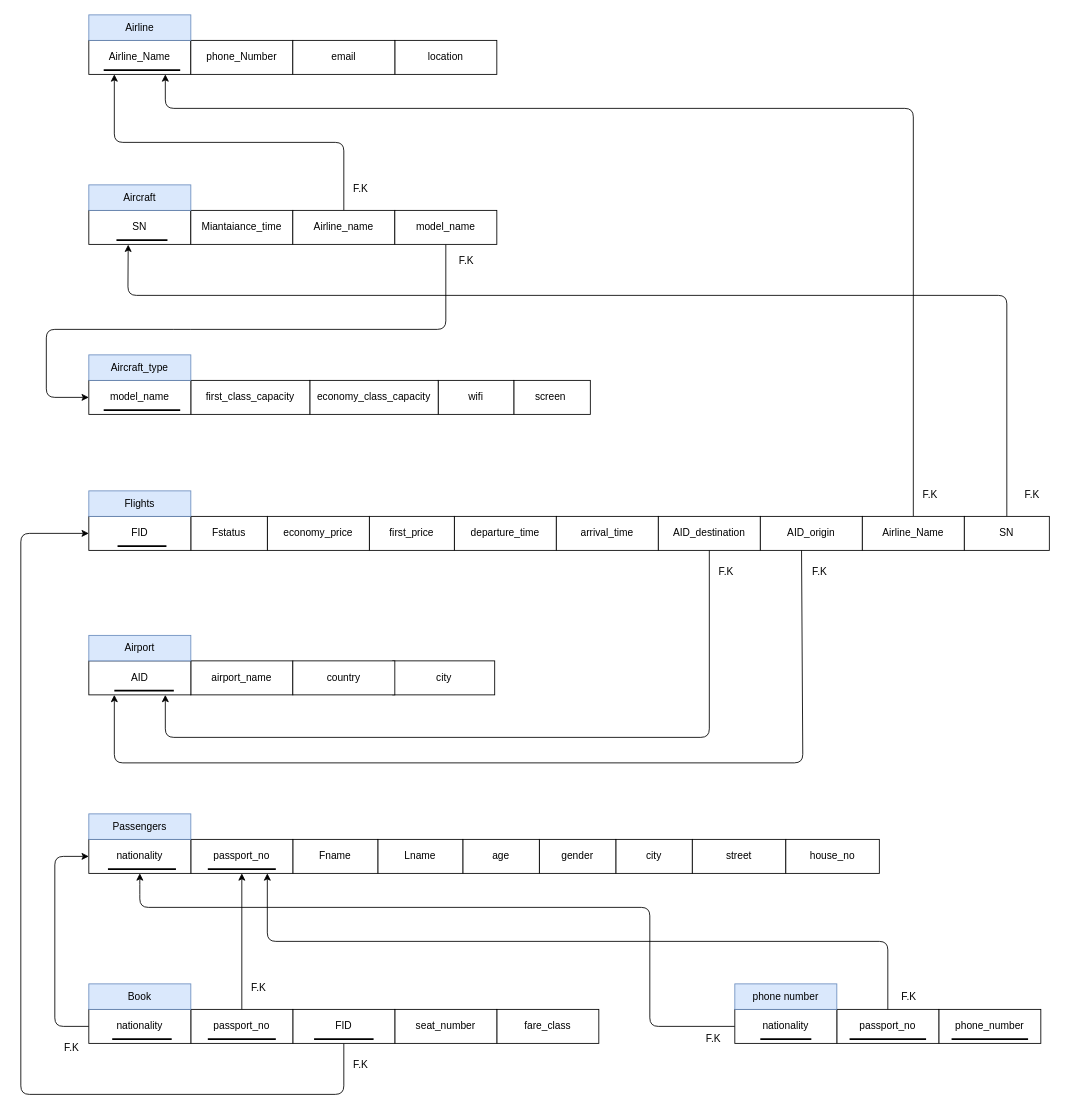
Before: page "Relational-shcema" (2 of 15) of Airport-DBMS.drawio in AbdullahKhkmba/Airport-DBMS, a draw.io diagram. Source tidied: cells renumbered, new cells numbered last; positions are measured from the earlier drawing's top-left corner, leaving out a move shared by most shapes. Both pictures are drawn from the tidied source at 85%, with x=0, y=0 at pixel (20, 14).
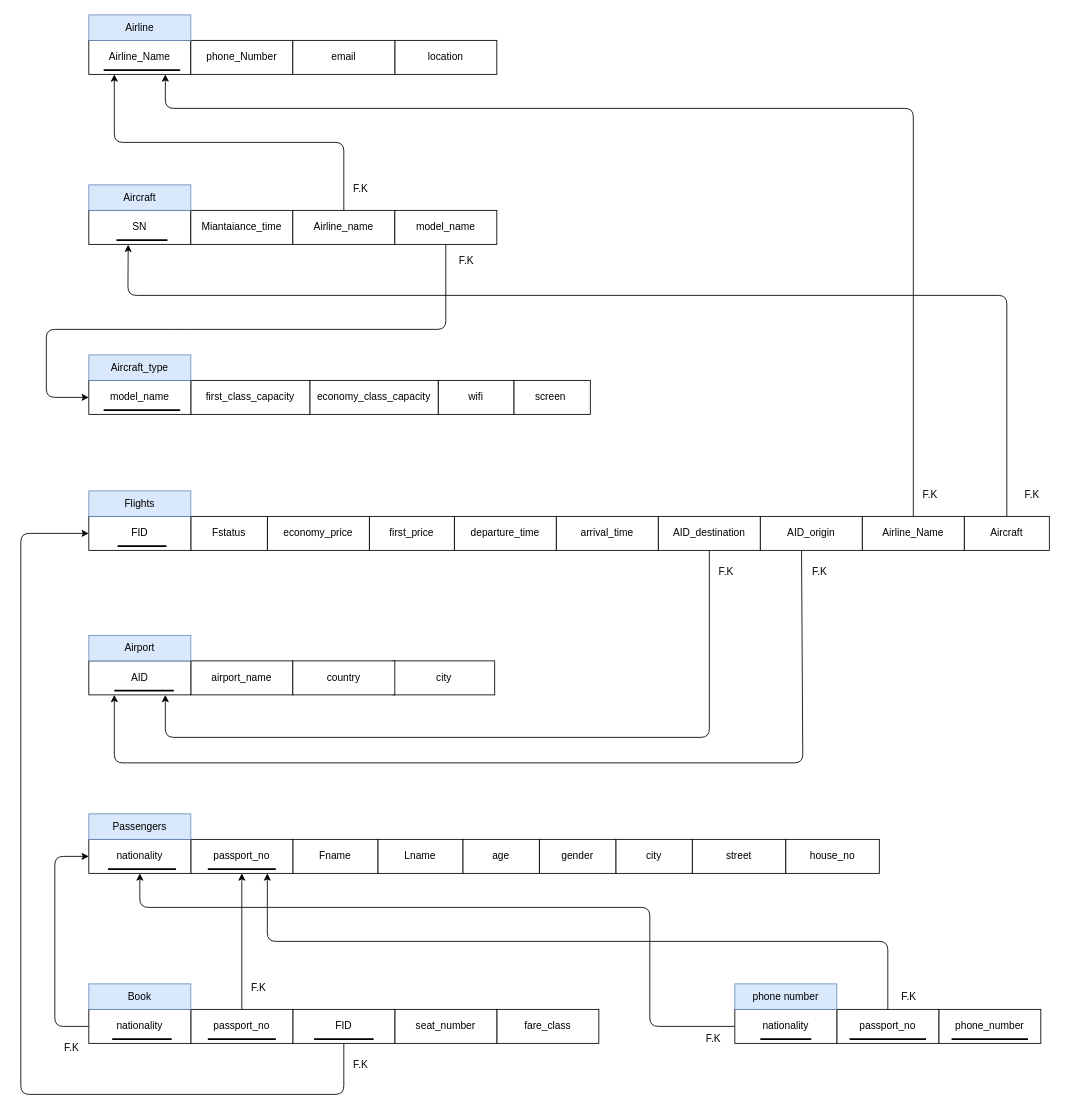
After the change.

The edit, as a diff of the source:
```diff
@@
-    <mxCell id="69" value="SN" style="rounded=0;whiteSpace=wrap;html=1;" parent="1" vertex="1">
+    <mxCell id="69" value="Aircraft" style="rounded=0;whiteSpace=wrap;html=1;" parent="1" vertex="1">
       <mxGeometry x="1110" y="590" width="100" height="40" as="geometry" />
     </mxCell>
```
